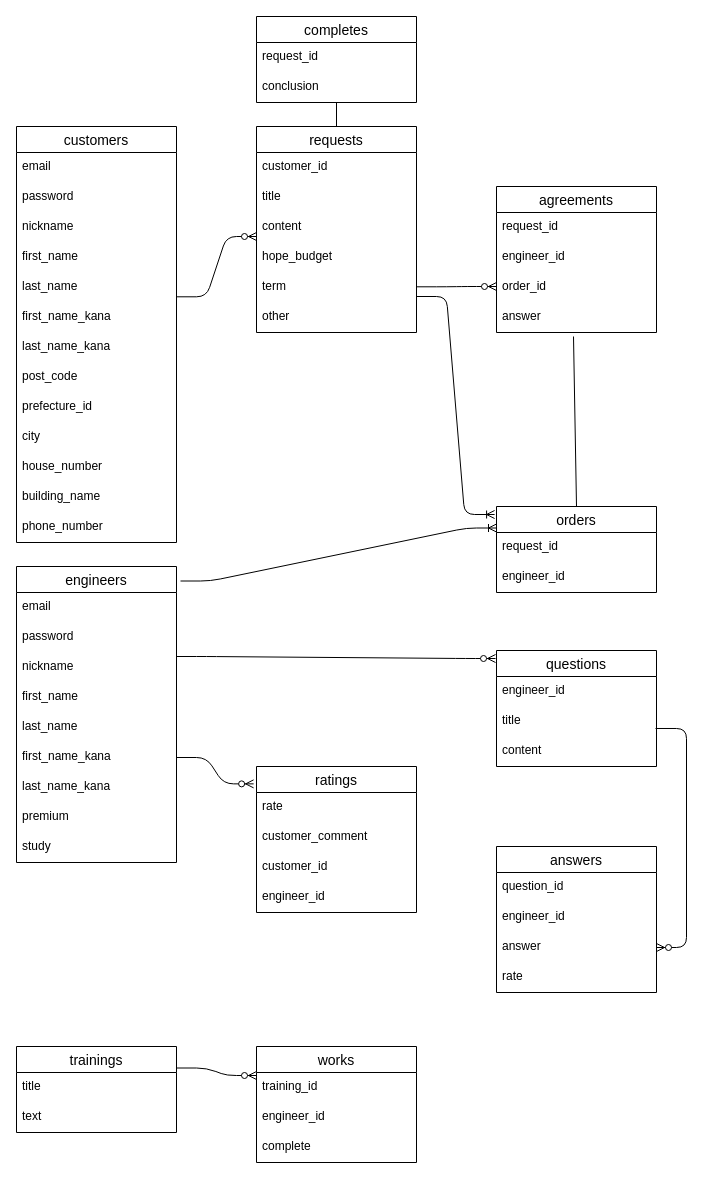
This is er.dio from ikun2019/exece_bridge, a draw.io file, before an edit. Source tidied: cells renumbered, new cells numbered last; positions are measured from the earlier drawing's top-left corner, leaving out a move shared by most shapes. Both pictures are drawn from the tidied source at 100%, with x=0, y=0 at pixel (16, 16).
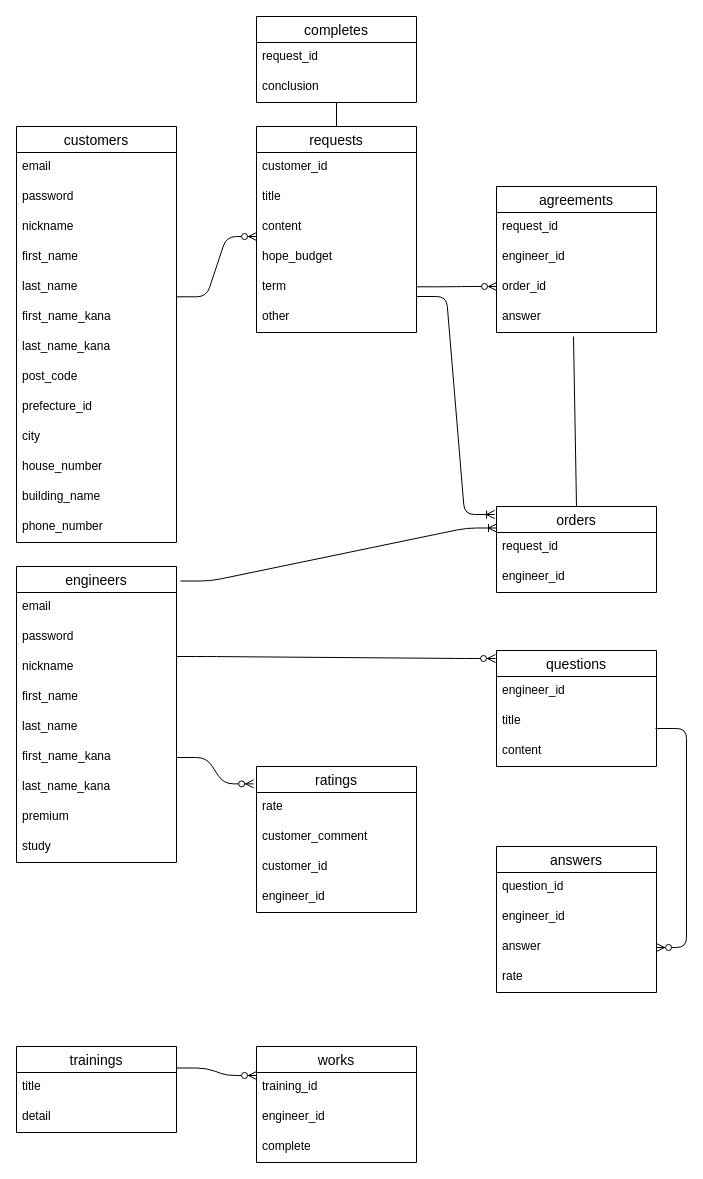
The same diagram, later.

The change refers to these unchanged cells:
```xml
<mxCell id="67" value="trainings" style="swimlane;fontStyle=0;horizontal=1;startSize=26;align=center;fontSize=14;" parent="1" vertex="1">
  <mxGeometry y="1030" width="160" height="86" as="geometry" />
</mxCell>
```

Change to the diagram source:
```diff
@@
-    <mxCell id="69" value="text" style="text;strokeColor=none;fillColor=none;spacingLeft=4;spacingRight=4;overflow=hidden;fontSize=12;" parent="67" vertex="1">
+    <mxCell id="69" value="detail" style="text;strokeColor=none;fillColor=none;spacingLeft=4;spacingRight=4;overflow=hidden;fontSize=12;" parent="67" vertex="1">
       <mxGeometry y="56" width="160" height="30" as="geometry" />
     </mxCell>
```
